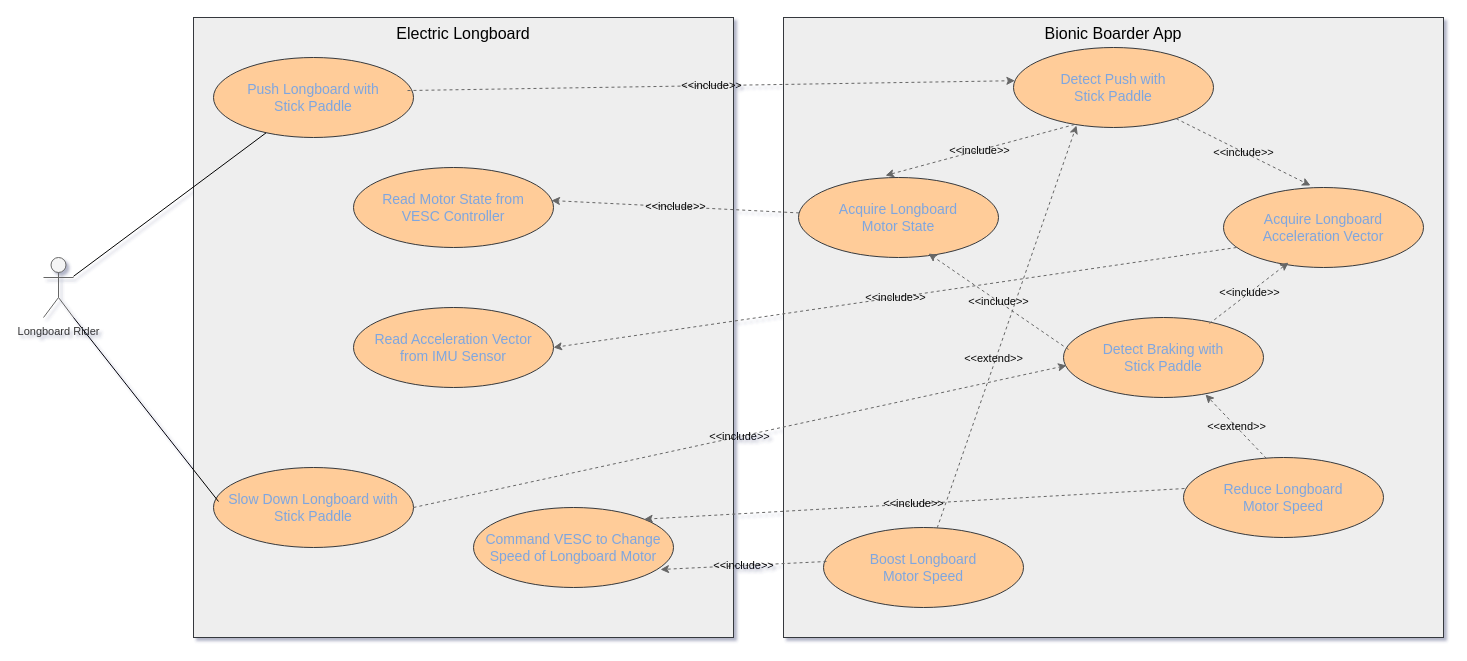
bobacktech/bionic-boarder keeps this draw.io diagram as diagrams/Riding the Longboard Use Case Diagram.drawio. Above is the earlier version. Source tidied: cells renumbered, new cells numbered last; positions are measured from the earlier drawing's top-left corner, leaving out a move shared by most shapes. Both pictures are drawn from the tidied source at 100%, with x=0, y=0 at pixel (43, 17).
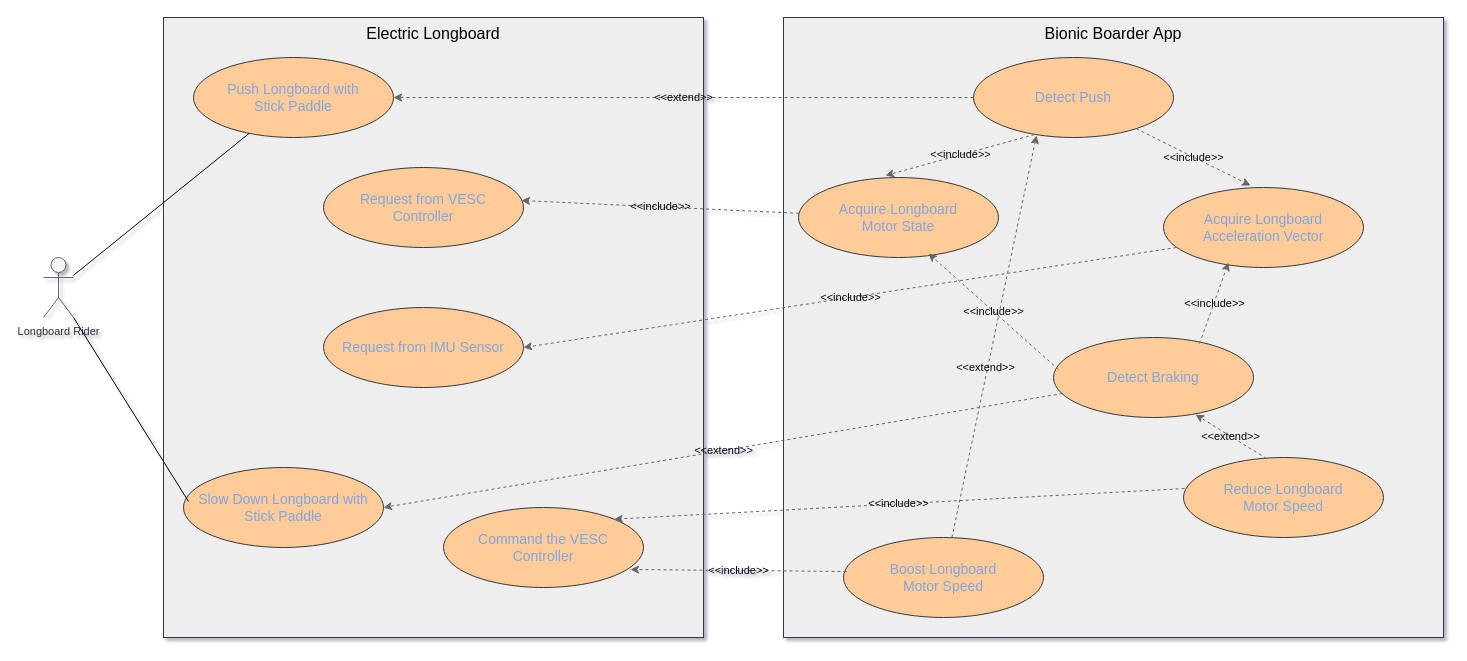
The same page after the edit.

Commit message:
BB-53: Changed Detection use cases to have <<extend>> relationship and simplified use case descriptions.

The edit, as a diff of the source:
```diff
@@
-    <mxCell id="6" value="&lt;span style=&quot;font-size: 14px;&quot;&gt;Detect Push with&lt;/span&gt;&lt;div&gt;&lt;span style=&quot;font-size: 14px;&quot;&gt;Stick Paddle&lt;/span&gt;&lt;/div&gt;" style="ellipse;whiteSpace=wrap;html=1;fillColor=#ffcc99;strokeColor=#36393d;fontColor=#7EA6E0;" parent="1" vertex="1">
-      <mxGeometry x="970" y="30" width="200" height="80" as="geometry" />
+    <mxCell id="6" value="&lt;span style=&quot;font-size: 14px;&quot;&gt;Detect Push&lt;/span&gt;" style="ellipse;whiteSpace=wrap;html=1;fillColor=#ffcc99;strokeColor=#36393d;fontColor=#7EA6E0;" parent="1" vertex="1">
+      <mxGeometry x="930" y="40" width="200" height="80" as="geometry" />
     </mxCell>
-    <mxCell id="7" value="&lt;span style=&quot;font-size: 14px;&quot;&gt;Detect Braking with&lt;/span&gt;&lt;div&gt;&lt;span style=&quot;font-size: 14px;&quot;&gt;Stick Paddle&lt;/span&gt;&lt;/div&gt;" style="ellipse;whiteSpace=wrap;html=1;fillColor=#ffcc99;strokeColor=#36393d;fontColor=#7EA6E0;" parent="1" vertex="1">
-      <mxGeometry x="1020" y="300" width="200" height="80" as="geometry" />
+    <mxCell id="7" value="&lt;span style=&quot;font-size: 14px;&quot;&gt;Detect Braking&lt;/span&gt;" style="ellipse;whiteSpace=wrap;html=1;fillColor=#ffcc99;strokeColor=#36393d;fontColor=#7EA6E0;" parent="1" vertex="1">
+      <mxGeometry x="1010" y="320" width="200" height="80" as="geometry" />
     </mxCell>
     <mxCell id="8" value="Electric Longboard" style="rounded=0;whiteSpace=wrap;html=1;labelPosition=center;verticalLabelPosition=middle;align=center;verticalAlign=top;fillColor=#eeeeee;strokeColor=#36393d;fontSize=16;fontColor=#000000;labelBackgroundColor=none;" parent="1" vertex="1">
-      <mxGeometry x="150" width="540" height="620" as="geometry" />
+      <mxGeometry x="120" width="540" height="620" as="geometry" />
     </mxCell>
     <mxCell id="9" value="&lt;span style=&quot;font-size: 14px;&quot;&gt;Push Longboard with&lt;/span&gt;&lt;div&gt;&lt;span style=&quot;font-size: 14px;&quot;&gt;Stick Paddle&lt;/span&gt;&lt;/div&gt;" style="ellipse;whiteSpace=wrap;html=1;fillColor=#ffcc99;strokeColor=#36393d;fontColor=#7EA6E0;" parent="1" vertex="1">
-      <mxGeometry x="170" y="40" width="200" height="80" as="geometry" />
+      <mxGeometry x="150" y="40" width="200" height="80" as="geometry" />
     </mxCell>
     <mxCell id="10" value="&lt;font style=&quot;font-size: 14px;&quot;&gt;Slow Down Longboard with&lt;/font&gt;&lt;div&gt;&lt;font style=&quot;font-size: 14px;&quot;&gt;Stick Paddle&lt;/font&gt;&lt;/div&gt;" style="ellipse;whiteSpace=wrap;html=1;fillColor=#ffcc99;strokeColor=#36393d;fontColor=#7EA6E0;" parent="1" vertex="1">
-      <mxGeometry x="170" y="450" width="200" height="80" as="geometry" />
+      <mxGeometry x="140" y="450" width="200" height="80" as="geometry" />
     </mxCell>
@@
-    <mxCell id="13" value="&amp;lt;&amp;lt;include&amp;gt;&amp;gt;" style="endArrow=classic;html=1;rounded=0;fillColor=#f5f5f5;gradientColor=#b3b3b3;strokeColor=#666666;dashed=1;fontColor=#060606;align=center;labelBackgroundColor=none;entryX=0.007;entryY=0.415;entryDx=0;entryDy=0;entryPerimeter=0;exitX=0.97;exitY=0.413;exitDx=0;exitDy=0;exitPerimeter=0;" parent="1" edge="1" source="9" target="6">
-      <mxGeometry relative="1" as="geometry" />
-    </mxCell>
-    <mxCell id="14" value="&amp;lt;&amp;lt;include&amp;gt;&amp;gt;" style="endArrow=classic;html=1;rounded=0;fillColor=#f5f5f5;gradientColor=#b3b3b3;strokeColor=#666666;dashed=1;fontColor=#060606;align=center;labelBackgroundColor=none;entryX=0.015;entryY=0.6;entryDx=0;entryDy=0;entryPerimeter=0;exitX=1;exitY=0.5;exitDx=0;exitDy=0;" parent="1" edge="1" source="10" target="7">
-      <mxGeometry relative="1" as="geometry" />
-    </mxCell>
@@
-    <mxCell id="17" value="&lt;span style=&quot;font-size: 14px;&quot;&gt;Read Motor State from&lt;/span&gt;&lt;div&gt;&lt;span style=&quot;font-size: 14px;&quot;&gt;VESC Controller&lt;/span&gt;&lt;/div&gt;" style="ellipse;whiteSpace=wrap;html=1;fillColor=#ffcc99;strokeColor=#36393d;fontColor=#7EA6E0;" parent="1" vertex="1">
-      <mxGeometry x="310" y="150" width="200" height="80" as="geometry" />
+    <mxCell id="17" value="&lt;span style=&quot;font-size: 14px;&quot;&gt;Request from VESC&lt;/span&gt;&lt;div&gt;&lt;span style=&quot;font-size: 14px;&quot;&gt;Controller&lt;/span&gt;&lt;/div&gt;" style="ellipse;whiteSpace=wrap;html=1;fillColor=#ffcc99;strokeColor=#36393d;fontColor=#7EA6E0;" parent="1" vertex="1">
+      <mxGeometry x="280" y="150" width="200" height="80" as="geometry" />
     </mxCell>
@@
     <mxCell id="19" value="&lt;span style=&quot;font-size: 14px;&quot;&gt;Acquire Longboard&lt;/span&gt;&lt;div&gt;&lt;span style=&quot;font-size: 14px;&quot;&gt;Acceleration Vector&lt;/span&gt;&lt;/div&gt;" style="ellipse;whiteSpace=wrap;html=1;fillColor=#ffcc99;strokeColor=#36393d;fontColor=#7EA6E0;" parent="1" vertex="1">
-      <mxGeometry x="1180" y="170" width="200" height="80" as="geometry" />
+      <mxGeometry x="1120" y="170" width="200" height="80" as="geometry" />
     </mxCell>
@@
-    <mxCell id="21" value="&lt;span style=&quot;font-size: 14px;&quot;&gt;Read Acceleration Vector&lt;/span&gt;&lt;div&gt;&lt;span style=&quot;font-size: 14px;&quot;&gt;from IMU Sensor&lt;/span&gt;&lt;/div&gt;" style="ellipse;whiteSpace=wrap;html=1;fillColor=#ffcc99;strokeColor=#36393d;fontColor=#7EA6E0;" parent="1" vertex="1">
-      <mxGeometry x="310" y="290" width="200" height="80" as="geometry" />
+    <mxCell id="21" value="&lt;span style=&quot;font-size: 14px;&quot;&gt;Request from IMU Sensor&lt;/span&gt;" style="ellipse;whiteSpace=wrap;html=1;fillColor=#ffcc99;strokeColor=#36393d;fontColor=#7EA6E0;" parent="1" vertex="1">
+      <mxGeometry x="280" y="290" width="200" height="80" as="geometry" />
     </mxCell>
@@
     <mxCell id="25" value="&lt;span style=&quot;font-size: 14px;&quot;&gt;Boost Longboard&lt;/span&gt;&lt;div&gt;&lt;span style=&quot;font-size: 14px;&quot;&gt;Motor Speed&lt;/span&gt;&lt;/div&gt;" style="ellipse;whiteSpace=wrap;html=1;fillColor=#ffcc99;strokeColor=#36393d;fontColor=#7EA6E0;" parent="1" vertex="1">
-      <mxGeometry x="780" y="510" width="200" height="80" as="geometry" />
+      <mxGeometry x="800" y="520" width="200" height="80" as="geometry" />
     </mxCell>
@@
-    <mxCell id="29" value="&lt;font style=&quot;font-size: 14px;&quot;&gt;Command VESC to Change Speed of Longboard Motor&lt;/font&gt;" style="ellipse;whiteSpace=wrap;html=1;fillColor=#ffcc99;strokeColor=#36393d;fontColor=#7EA6E0;" parent="1" vertex="1">
-      <mxGeometry x="430" y="490" width="200" height="80" as="geometry" />
+    <mxCell id="29" value="&lt;font style=&quot;font-size: 14px;&quot;&gt;Command the VESC&lt;/font&gt;&lt;div&gt;&lt;font style=&quot;font-size: 14px;&quot;&gt;Controller&lt;/font&gt;&lt;/div&gt;" style="ellipse;whiteSpace=wrap;html=1;fillColor=#ffcc99;strokeColor=#36393d;fontColor=#7EA6E0;" parent="1" vertex="1">
+      <mxGeometry x="400" y="490" width="200" height="80" as="geometry" />
     </mxCell>
@@
+    <mxCell id="32" value="&lt;span style=&quot;&quot;&gt;&amp;lt;&amp;lt;extend&amp;gt;&amp;gt;&lt;/span&gt;" style="endArrow=classic;html=1;rounded=0;fillColor=#f5f5f5;gradientColor=#b3b3b3;strokeColor=#666666;dashed=1;fontColor=#060606;align=center;labelBackgroundColor=none;entryX=1;entryY=0.5;entryDx=0;entryDy=0;" parent="1" edge="1" source="6" target="9">
+      <mxGeometry relative="1" as="geometry" />
+    </mxCell>
+    <mxCell id="33" value="&lt;span style=&quot;&quot;&gt;&amp;lt;&amp;lt;extend&amp;gt;&amp;gt;&lt;/span&gt;" style="endArrow=classic;html=1;rounded=0;fillColor=#f5f5f5;gradientColor=#b3b3b3;strokeColor=#666666;dashed=1;fontColor=#060606;align=center;labelBackgroundColor=none;entryX=1;entryY=0.5;entryDx=0;entryDy=0;exitX=0.045;exitY=0.7;exitDx=0;exitDy=0;exitPerimeter=0;" parent="1" edge="1" source="7" target="10">
+      <mxGeometry relative="1" as="geometry" />
+    </mxCell>
```
